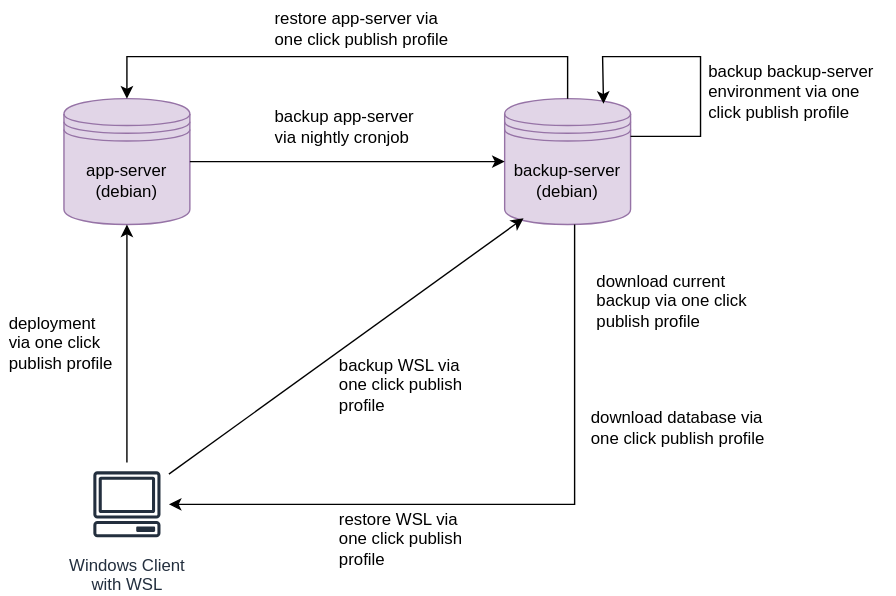
Above: _images/architecture-server-setup.drawio.svg in gartenkralle/geolocation-services-doc (draw.io), before the change. Source tidied: cells renumbered, new cells last; positions are measured from the earlier drawing's top-left corner, leaving out a move shared by most shapes.
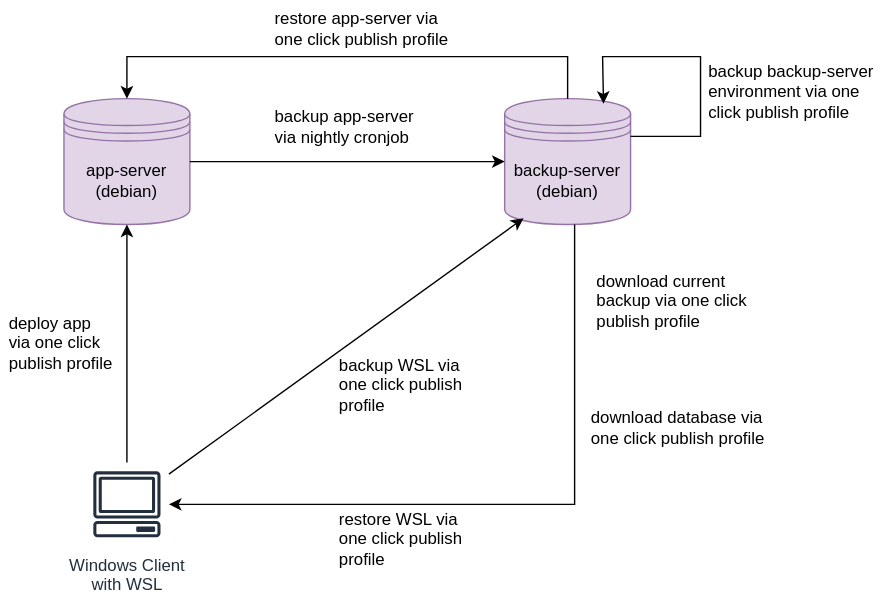
Above is the later version.

Diff of the diagram source:
```diff
@@ -28,7 +28,7 @@
         </Array>
       </mxGeometry>
     </mxCell>
-    <mxCell id="9" value="deployment via one click publish profile" style="text;strokeColor=none;fillColor=none;align=left;verticalAlign=middle;spacingLeft=4;spacingRight=4;overflow=hidden;whiteSpace=wrap;html=1;" parent="1" vertex="1">
+    <mxCell id="9" value="deploy app&lt;br&gt;via one click publish profile" style="text;strokeColor=none;fillColor=none;align=left;verticalAlign=middle;spacingLeft=4;spacingRight=4;overflow=hidden;whiteSpace=wrap;html=1;" parent="1" vertex="1">
       <mxGeometry y="210" width="90" height="70" as="geometry" />
     </mxCell>
     <mxCell id="10" value="backup app-server via nightly cronjob" style="text;strokeColor=none;fillColor=none;align=left;verticalAlign=middle;spacingLeft=4;spacingRight=4;overflow=hidden;whiteSpace=wrap;html=1;" parent="1" vertex="1">
```
